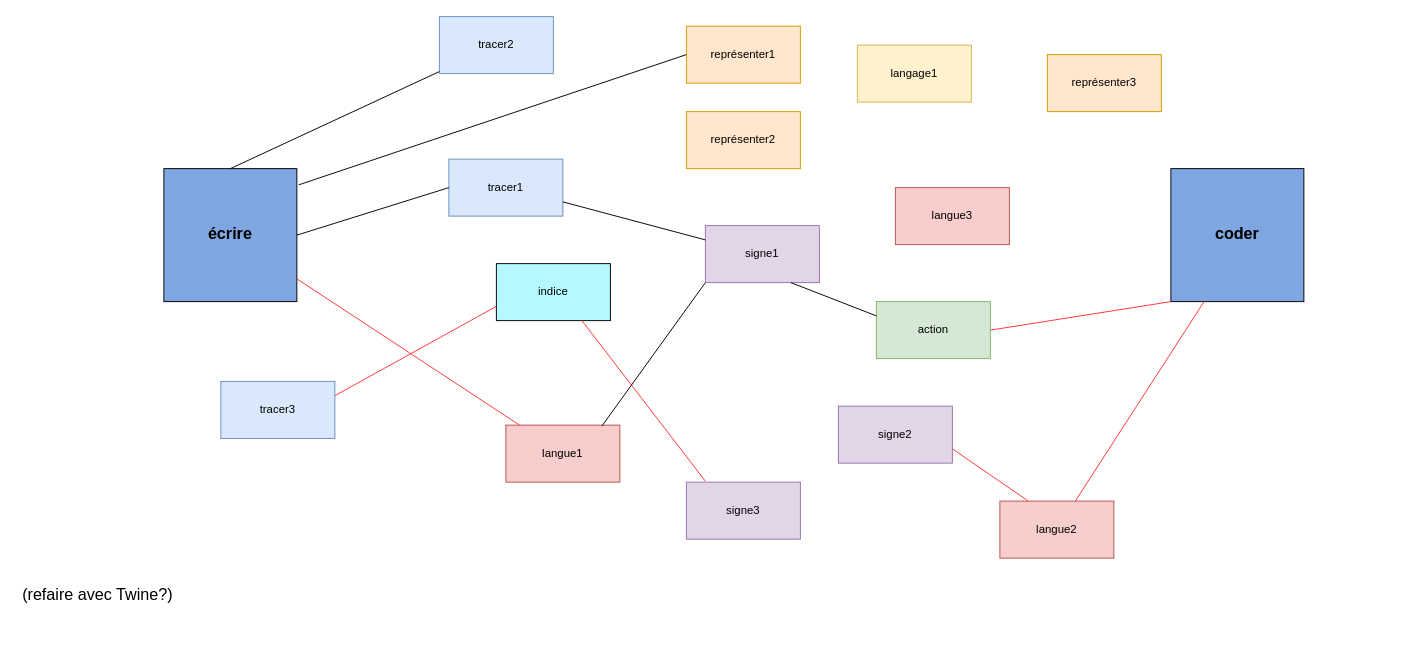
Before: carte hypertexte ecrirecoder.drawio in babelhead/EcrireCoder, a draw.io diagram. Source tidied: cells renumbered, new cells numbered last; positions are measured from the earlier drawing's top-left corner, leaving out a move shared by most shapes. Both pictures are drawn from the tidied source at 95%, with x=0, y=0 at pixel (16, 16).
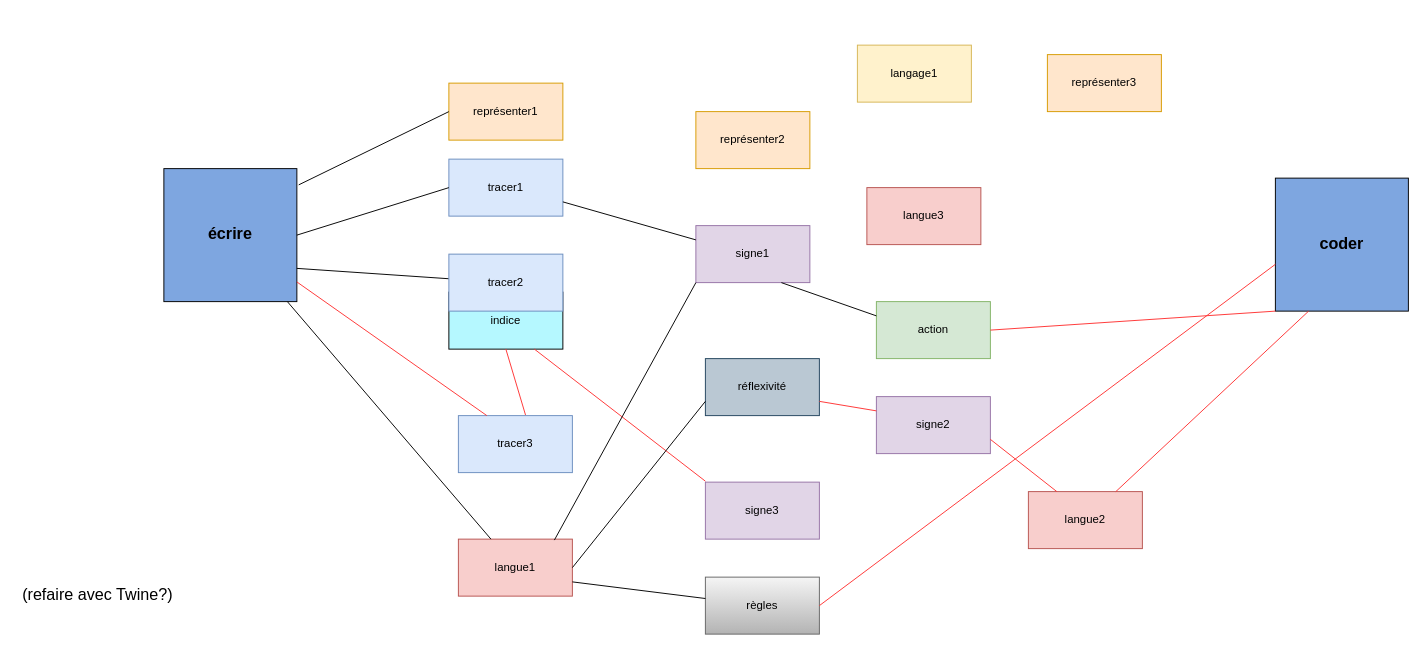
The same page after the edit.

Unchanged cells that the change refers to:
```xml
<mxCell id="2" value="&lt;b&gt;&lt;font style=&quot;font-size: 17px&quot;&gt;écrire&lt;/font&gt;&lt;/b&gt;" style="whiteSpace=wrap;html=1;fillColor=#7EA6E0;" parent="1" vertex="1">
  <mxGeometry x="155" y="160" width="140" height="140" as="geometry" />
</mxCell>
```

What changed in the source:
```diff
@@
     <mxCell id="3" value="&lt;b&gt;&lt;font style=&quot;font-size: 17px&quot;&gt;coder&lt;/font&gt;&lt;/b&gt;" style="whiteSpace=wrap;html=1;fillColor=#7EA6E0;" parent="1" vertex="1">
-      <mxGeometry x="1215" y="160" width="140" height="140" as="geometry" />
+      <mxGeometry x="1325" y="170" width="140" height="140" as="geometry" />
     </mxCell>
-    <mxCell id="4" value="tracer2" style="rounded=0;whiteSpace=wrap;html=1;fillColor=#dae8fc;strokeColor=#6c8ebf;" parent="1" vertex="1">
-      <mxGeometry x="445" width="120" height="60" as="geometry" />
-    </mxCell>
     <mxCell id="5" value="représenter1" style="rounded=0;whiteSpace=wrap;html=1;fillColor=#ffe6cc;strokeColor=#d79b00;" parent="1" vertex="1">
-      <mxGeometry x="705" y="10" width="120" height="60" as="geometry" />
+      <mxGeometry x="455" y="70" width="120" height="60" as="geometry" />
     </mxCell>
     <mxCell id="6" value="tracer3" style="rounded=0;whiteSpace=wrap;html=1;fillColor=#dae8fc;strokeColor=#6c8ebf;" parent="1" vertex="1">
-      <mxGeometry x="215" y="384" width="120" height="60" as="geometry" />
+      <mxGeometry x="465" y="420" width="120" height="60" as="geometry" />
     </mxCell>
     <mxCell id="7" value="signe3" style="rounded=0;whiteSpace=wrap;html=1;fillColor=#e1d5e7;strokeColor=#9673a6;" parent="1" vertex="1">
-      <mxGeometry x="705" y="490" width="120" height="60" as="geometry" />
+      <mxGeometry x="725" y="490" width="120" height="60" as="geometry" />
     </mxCell>
     <mxCell id="8" value="langue2" style="rounded=0;whiteSpace=wrap;html=1;fillColor=#f8cecc;strokeColor=#b85450;" parent="1" vertex="1">
-      <mxGeometry x="1035" y="510" width="120" height="60" as="geometry" />
+      <mxGeometry x="1065" y="500" width="120" height="60" as="geometry" />
     </mxCell>
     <mxCell id="9" value="langue1" style="rounded=0;whiteSpace=wrap;html=1;fillColor=#f8cecc;strokeColor=#b85450;" parent="1" vertex="1">
-      <mxGeometry x="515" y="430" width="120" height="60" as="geometry" />
+      <mxGeometry x="465" y="550" width="120" height="60" as="geometry" />
     </mxCell>
@@
     <mxCell id="11" value="signe1" style="rounded=0;whiteSpace=wrap;html=1;fillColor=#e1d5e7;strokeColor=#9673a6;" parent="1" vertex="1">
-      <mxGeometry x="725" y="220" width="120" height="60" as="geometry" />
+      <mxGeometry x="715" y="220" width="120" height="60" as="geometry" />
     </mxCell>
     <mxCell id="12" value="représenter2" style="rounded=0;whiteSpace=wrap;html=1;fillColor=#ffe6cc;strokeColor=#d79b00;" parent="1" vertex="1">
-      <mxGeometry x="705" y="100" width="120" height="60" as="geometry" />
+      <mxGeometry x="715" y="100" width="120" height="60" as="geometry" />
     </mxCell>
     <mxCell id="13" value="langue3" style="rounded=0;whiteSpace=wrap;html=1;fillColor=#f8cecc;strokeColor=#b85450;" parent="1" vertex="1">
-      <mxGeometry x="925" y="180" width="120" height="60" as="geometry" />
+      <mxGeometry x="895" y="180" width="120" height="60" as="geometry" />
     </mxCell>
@@
     <mxCell id="15" value="indice" style="rounded=0;whiteSpace=wrap;html=1;fillColor=#B5F8FF;" parent="1" vertex="1">
-      <mxGeometry x="505" y="260" width="120" height="60" as="geometry" />
+      <mxGeometry x="455" y="290" width="120" height="60" as="geometry" />
     </mxCell>
     <mxCell id="16" value="signe2" style="rounded=0;whiteSpace=wrap;html=1;fillColor=#e1d5e7;strokeColor=#9673a6;" parent="1" vertex="1">
-      <mxGeometry x="865" y="410" width="120" height="60" as="geometry" />
+      <mxGeometry x="905" y="400" width="120" height="60" as="geometry" />
     </mxCell>
@@
-    <mxCell id="19" style="endArrow=none;html=1;entryX=0.5;entryY=0;entryDx=0;entryDy=0;" parent="1" edge="1" source="4" target="2">
+    <mxCell id="19" style="endArrow=none;html=1;entryX=1;entryY=0.75;entryDx=0;entryDy=0;" parent="1" edge="1" source="4" target="2">
       <mxGeometry relative="1" as="geometry" />
     </mxCell>
@@
-    <mxCell id="22" style="endArrow=none;html=1;strokeColor=#FF3333;" parent="1" edge="1" source="9" target="2">
+    <mxCell id="22" style="endArrow=none;html=1;" parent="1" edge="1" source="9" target="2">
       <mxGeometry relative="1" as="geometry" />
     </mxCell>
-    <mxCell id="23" style="endArrow=none;html=1;entryX=1;entryY=0.25;entryDx=0;entryDy=0;exitX=0;exitY=0.75;exitDx=0;exitDy=0;strokeColor=#FF3333;" parent="1" edge="1" source="15" target="6">
+    <mxCell id="23" style="endArrow=none;html=1;exitX=0.5;exitY=1;exitDx=0;exitDy=0;strokeColor=#FF3333;entryX=0.589;entryY=-0.011;entryDx=0;entryDy=0;entryPerimeter=0;" parent="1" edge="1" source="15" target="6">
       <mxGeometry relative="1" as="geometry" />
     </mxCell>
@@
+    <mxCell id="32" value="&lt;span id=&quot;docs-internal-guid-dce81f62-7fff-224b-d48a-537479456130&quot;&gt;&lt;span style=&quot;font-family: &amp;#34;calibri&amp;#34; , sans-serif ; background-color: transparent ; vertical-align: baseline&quot;&gt;&lt;font style=&quot;font-size: 12px&quot;&gt;réflexivité&lt;/font&gt;&lt;/span&gt;&lt;/span&gt;" style="rounded=0;whiteSpace=wrap;html=1;fillColor=#bac8d3;strokeColor=#23445d;" parent="1" vertex="1">
+      <mxGeometry x="725" y="360" width="120" height="60" as="geometry" />
+    </mxCell>
+    <mxCell id="33" style="endArrow=none;html=1;strokeColor=#000000;exitX=1;exitY=0.5;exitDx=0;exitDy=0;entryX=0;entryY=0.75;entryDx=0;entryDy=0;" parent="1" edge="1" source="9" target="32">
+      <mxGeometry relative="1" as="geometry" />
+    </mxCell>
+    <mxCell id="34" style="endArrow=none;html=1;entryX=0;entryY=0.25;entryDx=0;entryDy=0;exitX=1;exitY=0.75;exitDx=0;exitDy=0;strokeColor=#FF3333;" parent="1" edge="1" source="32" target="16">
+      <mxGeometry relative="1" as="geometry" />
+    </mxCell>
+    <mxCell id="4" value="tracer2" style="rounded=0;whiteSpace=wrap;html=1;fillColor=#dae8fc;strokeColor=#6c8ebf;" parent="1" vertex="1">
+      <mxGeometry x="455" y="250" width="120" height="60" as="geometry" />
+    </mxCell>
+    <mxCell id="35" style="endArrow=none;html=1;strokeColor=#FF3333;exitX=0.25;exitY=0;exitDx=0;exitDy=0;" parent="1" edge="1" source="6" target="2">
+      <mxGeometry relative="1" as="geometry" />
+    </mxCell>
+    <mxCell id="36" value="règles" style="rounded=0;whiteSpace=wrap;html=1;gradientColor=#b3b3b3;fillColor=#f5f5f5;strokeColor=#666666;" parent="1" vertex="1">
+      <mxGeometry x="725" y="590" width="120" height="60" as="geometry" />
+    </mxCell>
+    <mxCell id="37" style="endArrow=none;html=1;exitX=1;exitY=0.75;exitDx=0;exitDy=0;" parent="1" edge="1" source="9" target="36">
+      <mxGeometry relative="1" as="geometry" />
+    </mxCell>
+    <mxCell id="38" style="endArrow=none;html=1;strokeColor=#FF3333;entryX=0;entryY=0.648;entryDx=0;entryDy=0;entryPerimeter=0;exitX=1;exitY=0.5;exitDx=0;exitDy=0;" parent="1" edge="1" source="36" target="3">
+      <mxGeometry relative="1" as="geometry" />
+    </mxCell>
```
